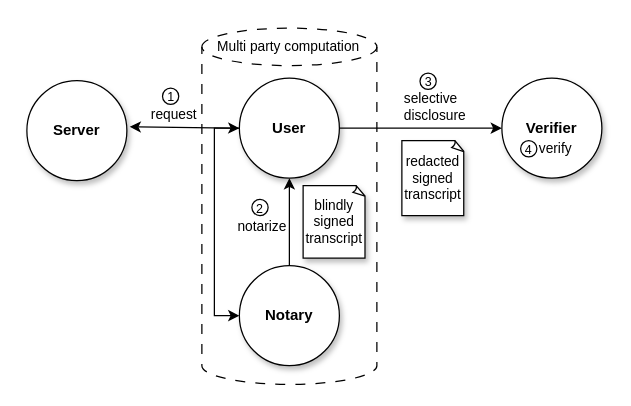
This is diagrams/overview_notary.drawio from tlsnotary/docs-mdbook, a draw.io file, before an edit. Source tidied: cells renumbered, new cells numbered last; positions are measured from the earlier drawing's top-left corner, leaving out a move shared by most shapes. Both pictures are drawn from the tidied source at 125%, with x=0, y=0 at pixel (26, 21).
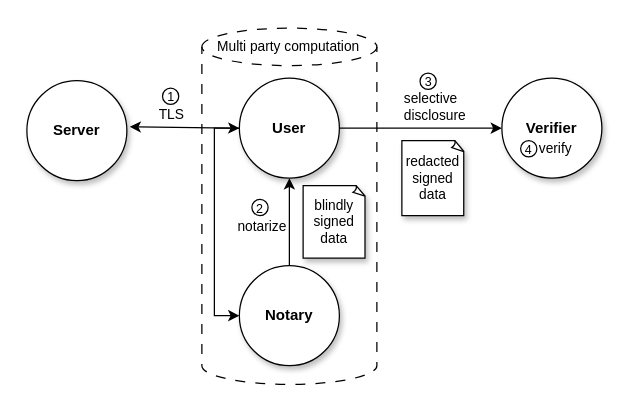
The same page after the edit.

Commit message (it also covers changes not shown here):
`data verifier` -> verifier + updated diagrams

What changed in the source:
```diff
@@
-    <mxCell id="6" value="blindly&lt;br&gt;signed&lt;br style=&quot;font-size: 11px;&quot;&gt;transcript" style="whiteSpace=wrap;html=1;shape=mxgraph.basic.document;fontSize=11;shadow=1;" parent="1" vertex="1">
+    <mxCell id="6" value="blindly&lt;br&gt;signed&lt;br style=&quot;font-size: 11px;&quot;&gt;data" style="whiteSpace=wrap;html=1;shape=mxgraph.basic.document;fontSize=11;shadow=1;" parent="1" vertex="1">
       <mxGeometry x="221" y="131" width="50" height="58" as="geometry" />
     </mxCell>
@@
-    <mxCell id="9" value="request" style="whiteSpace=wrap;html=1;fillColor=none;strokeColor=none;fontSize=11;" parent="1" vertex="1">
-      <mxGeometry x="88" y="69" width="60" height="10" as="geometry" />
+    <mxCell id="9" value="TLS" style="whiteSpace=wrap;html=1;fillColor=none;strokeColor=none;fontSize=11;" parent="1" vertex="1">
+      <mxGeometry x="86" y="69" width="60" height="10" as="geometry" />
     </mxCell>
@@
-    <mxCell id="12" value="redacted signed&lt;br style=&quot;font-size: 11px;&quot;&gt;transcript" style="whiteSpace=wrap;html=1;shape=mxgraph.basic.document;fontSize=11;shadow=1;" parent="1" vertex="1">
+    <mxCell id="12" value="redacted signed&lt;br style=&quot;font-size: 11px;&quot;&gt;data" style="whiteSpace=wrap;html=1;shape=mxgraph.basic.document;fontSize=11;shadow=1;" parent="1" vertex="1">
       <mxGeometry x="300" y="95" width="50" height="60" as="geometry" />
     </mxCell>
```
